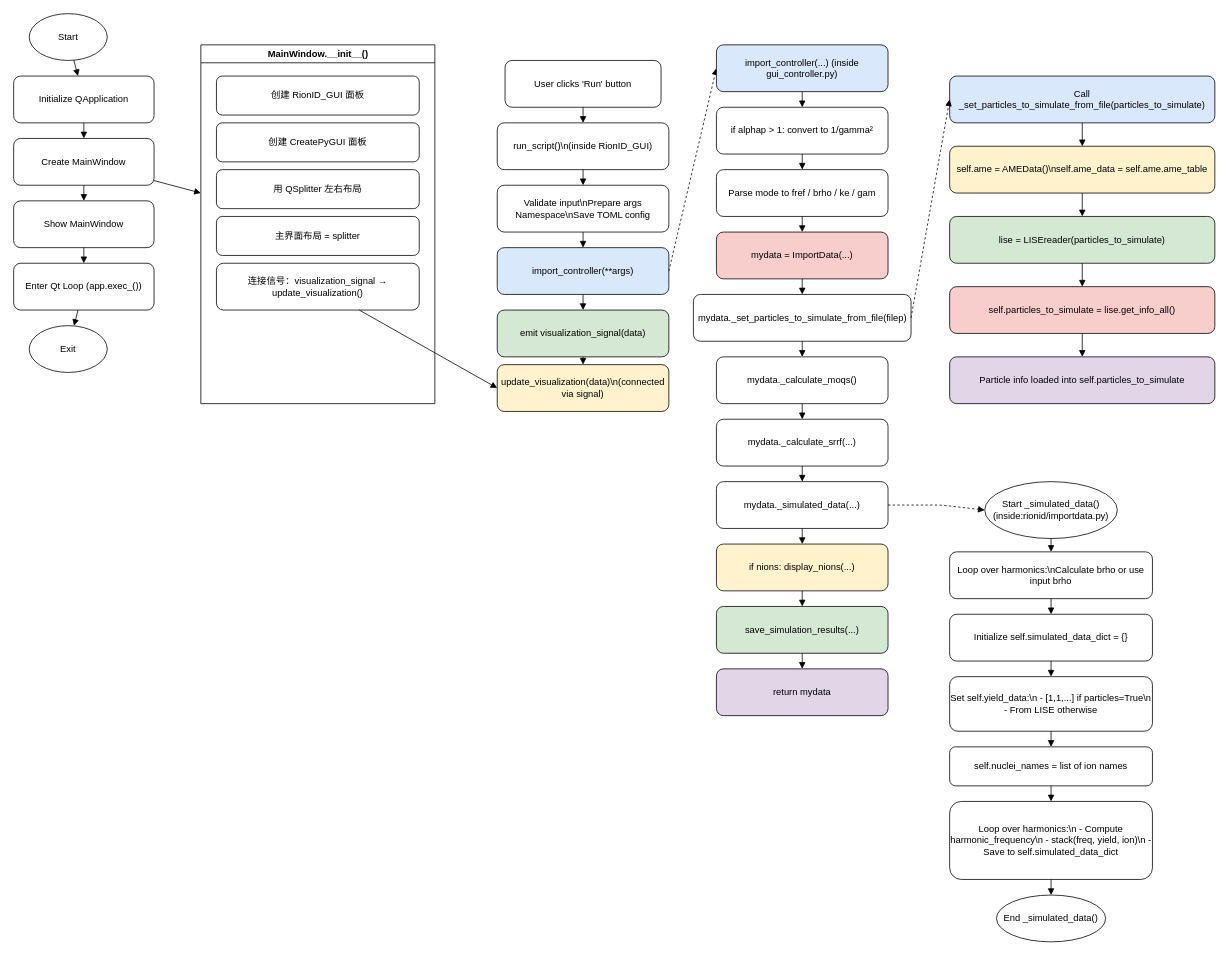
Above: flowchart/rionid.drawio in DFreireF/rionid (draw.io), before the change. Source tidied: cells renumbered, new cells numbered last; positions are measured from the earlier drawing's top-left corner, leaving out a move shared by most shapes. Both pictures are drawn from the tidied source at 78%, with x=0, y=0 at pixel (13, 13).
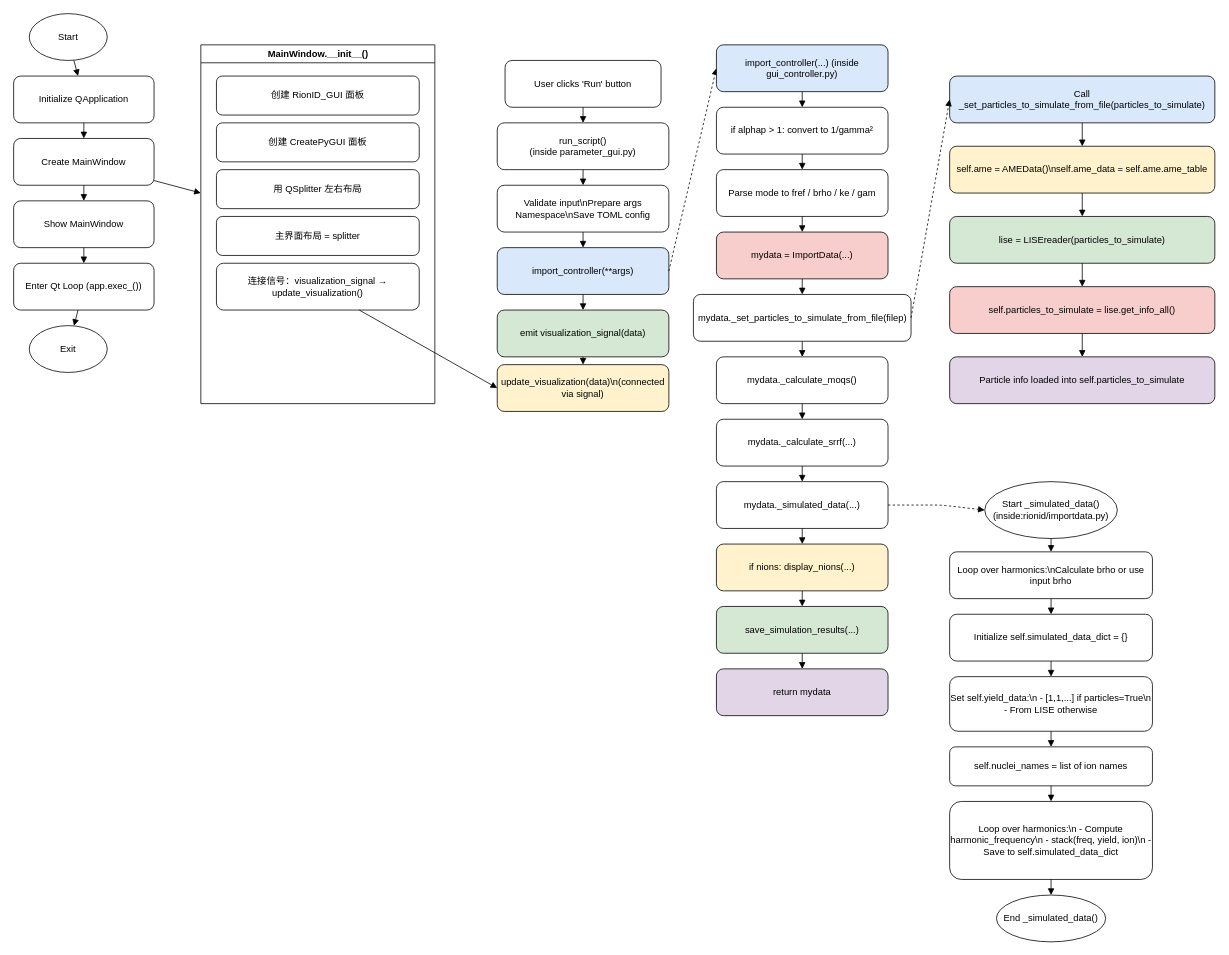
The same page after the edit.

What changed in the source:
```diff
@@
-    <mxCell id="22" value="run_script()\n(inside RionID_GUI)" style="rounded=1;whiteSpace=wrap;html=1;fillColor=#ffffff;" parent="1" vertex="1">
+    <mxCell id="22" value="run_script()&lt;div&gt;(inside parameter_gui.py)&lt;/div&gt;" style="rounded=1;whiteSpace=wrap;html=1;fillColor=#ffffff;" parent="1" vertex="1">
       <mxGeometry x="620" y="140" width="220" height="60" as="geometry" />
     </mxCell>
```
